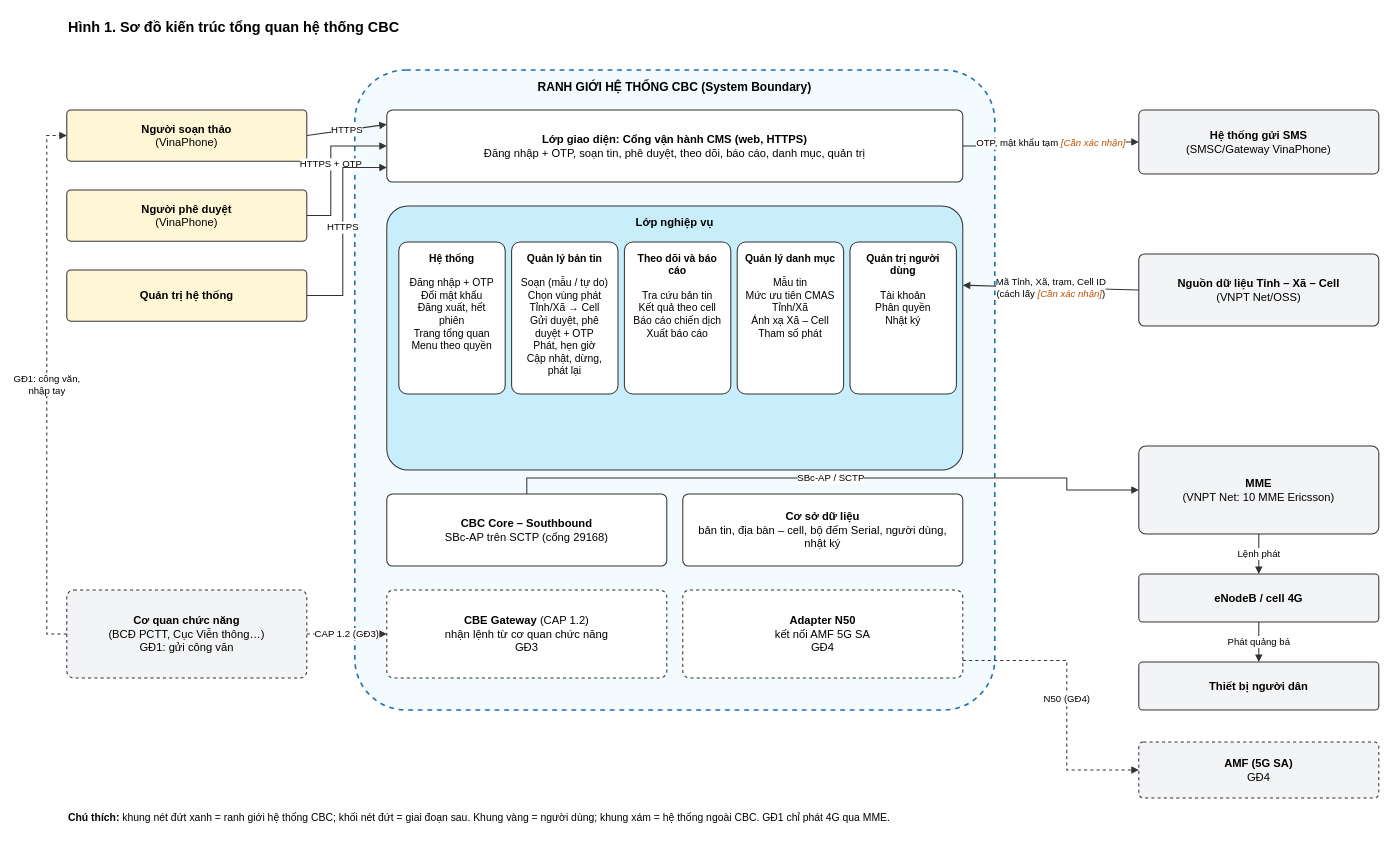
This is page "SRS-H1 Kiến trúc tổng quan" (1 of 4) of srs/CBC_SRS_so-do.drawio from yenanna0804/cbc-demo, a draw.io file, before an edit. Source tidied: cells renumbered, new cells numbered last; positions are measured from the earlier drawing's top-left corner, leaving out a move shared by most shapes. Both pictures are drawn from the tidied source at 80%, with x=0, y=0 at pixel (46, 14).
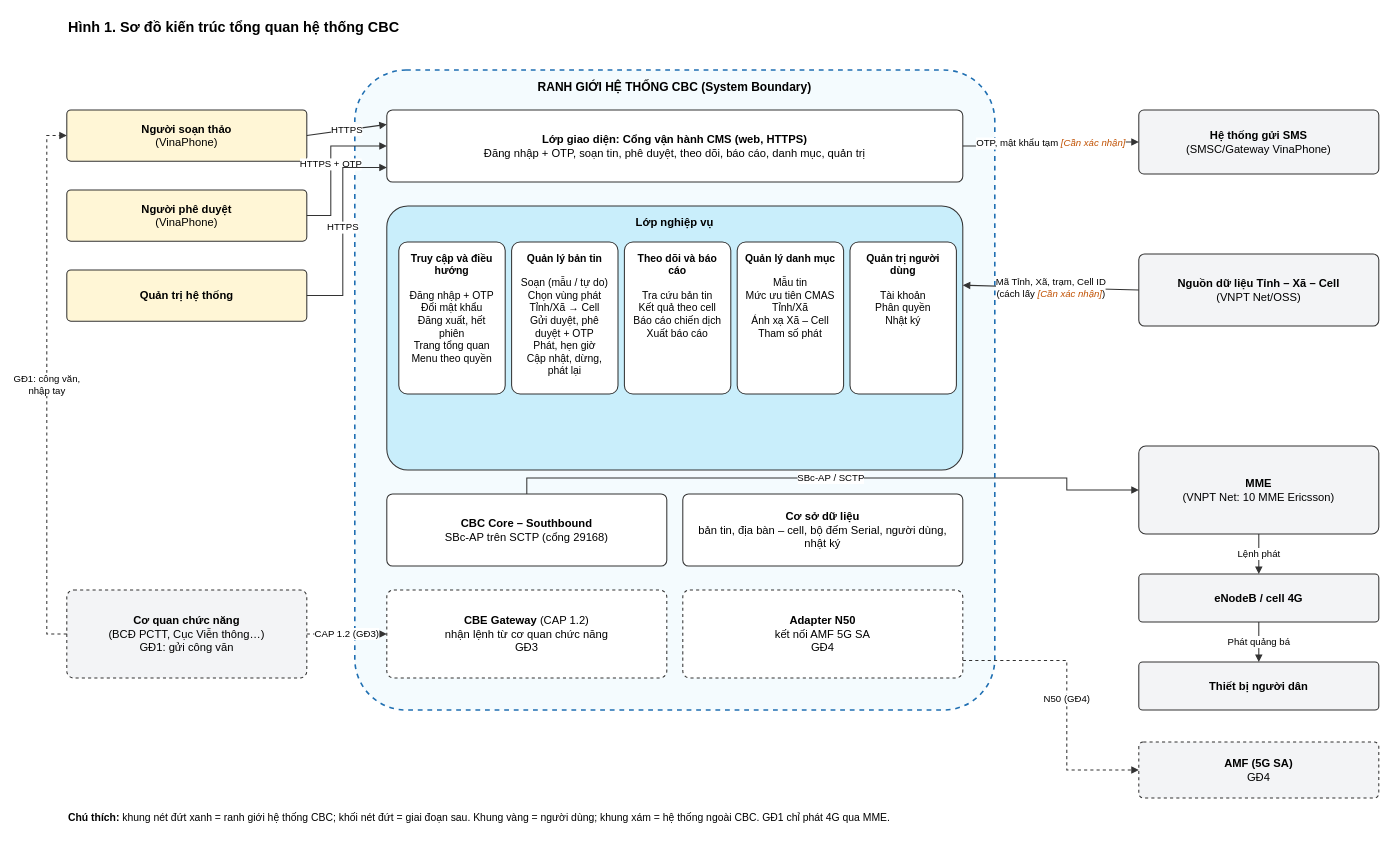
Above is the later version.

Commit message:
SRS H1: đổi tên module Truy cập và điều hướng

Claude-Session: https://claude.ai/code/session_01FeLNp4ic6ftFr5ftakdFjx

What changed in the source:
```diff
@@
-    <mxCell id="6" value="&lt;b&gt;Hệ thống&lt;/b&gt;&lt;br&gt;&lt;br&gt;Đăng nhập + OTP&lt;br&gt;Đổi mật khẩu&lt;br&gt;Đăng xuất, hết phiên&lt;br&gt;Trang tổng quan&lt;br&gt;Menu theo quyền" style="rounded=1;arcSize=8;whiteSpace=wrap;html=1;fontFamily=Arial;fontSize=13;fillColor=#FFFFFF;strokeColor=#333333;strokeWidth=1.3;align=center;verticalAlign=top;spacing=8;" parent="1" vertex="1">
+    <mxCell id="6" value="&lt;b&gt;Truy cập và điều hướng&lt;/b&gt;&lt;br&gt;&lt;br&gt;Đăng nhập + OTP&lt;br&gt;Đổi mật khẩu&lt;br&gt;Đăng xuất, hết phiên&lt;br&gt;Trang tổng quan&lt;br&gt;Menu theo quyền" style="rounded=1;arcSize=8;whiteSpace=wrap;html=1;fontFamily=Arial;fontSize=13;fillColor=#FFFFFF;strokeColor=#333333;strokeWidth=1.3;align=center;verticalAlign=top;spacing=8;" parent="1" vertex="1">
       <mxGeometry x="440" y="285" width="133" height="190" as="geometry" />
     </mxCell>
```
